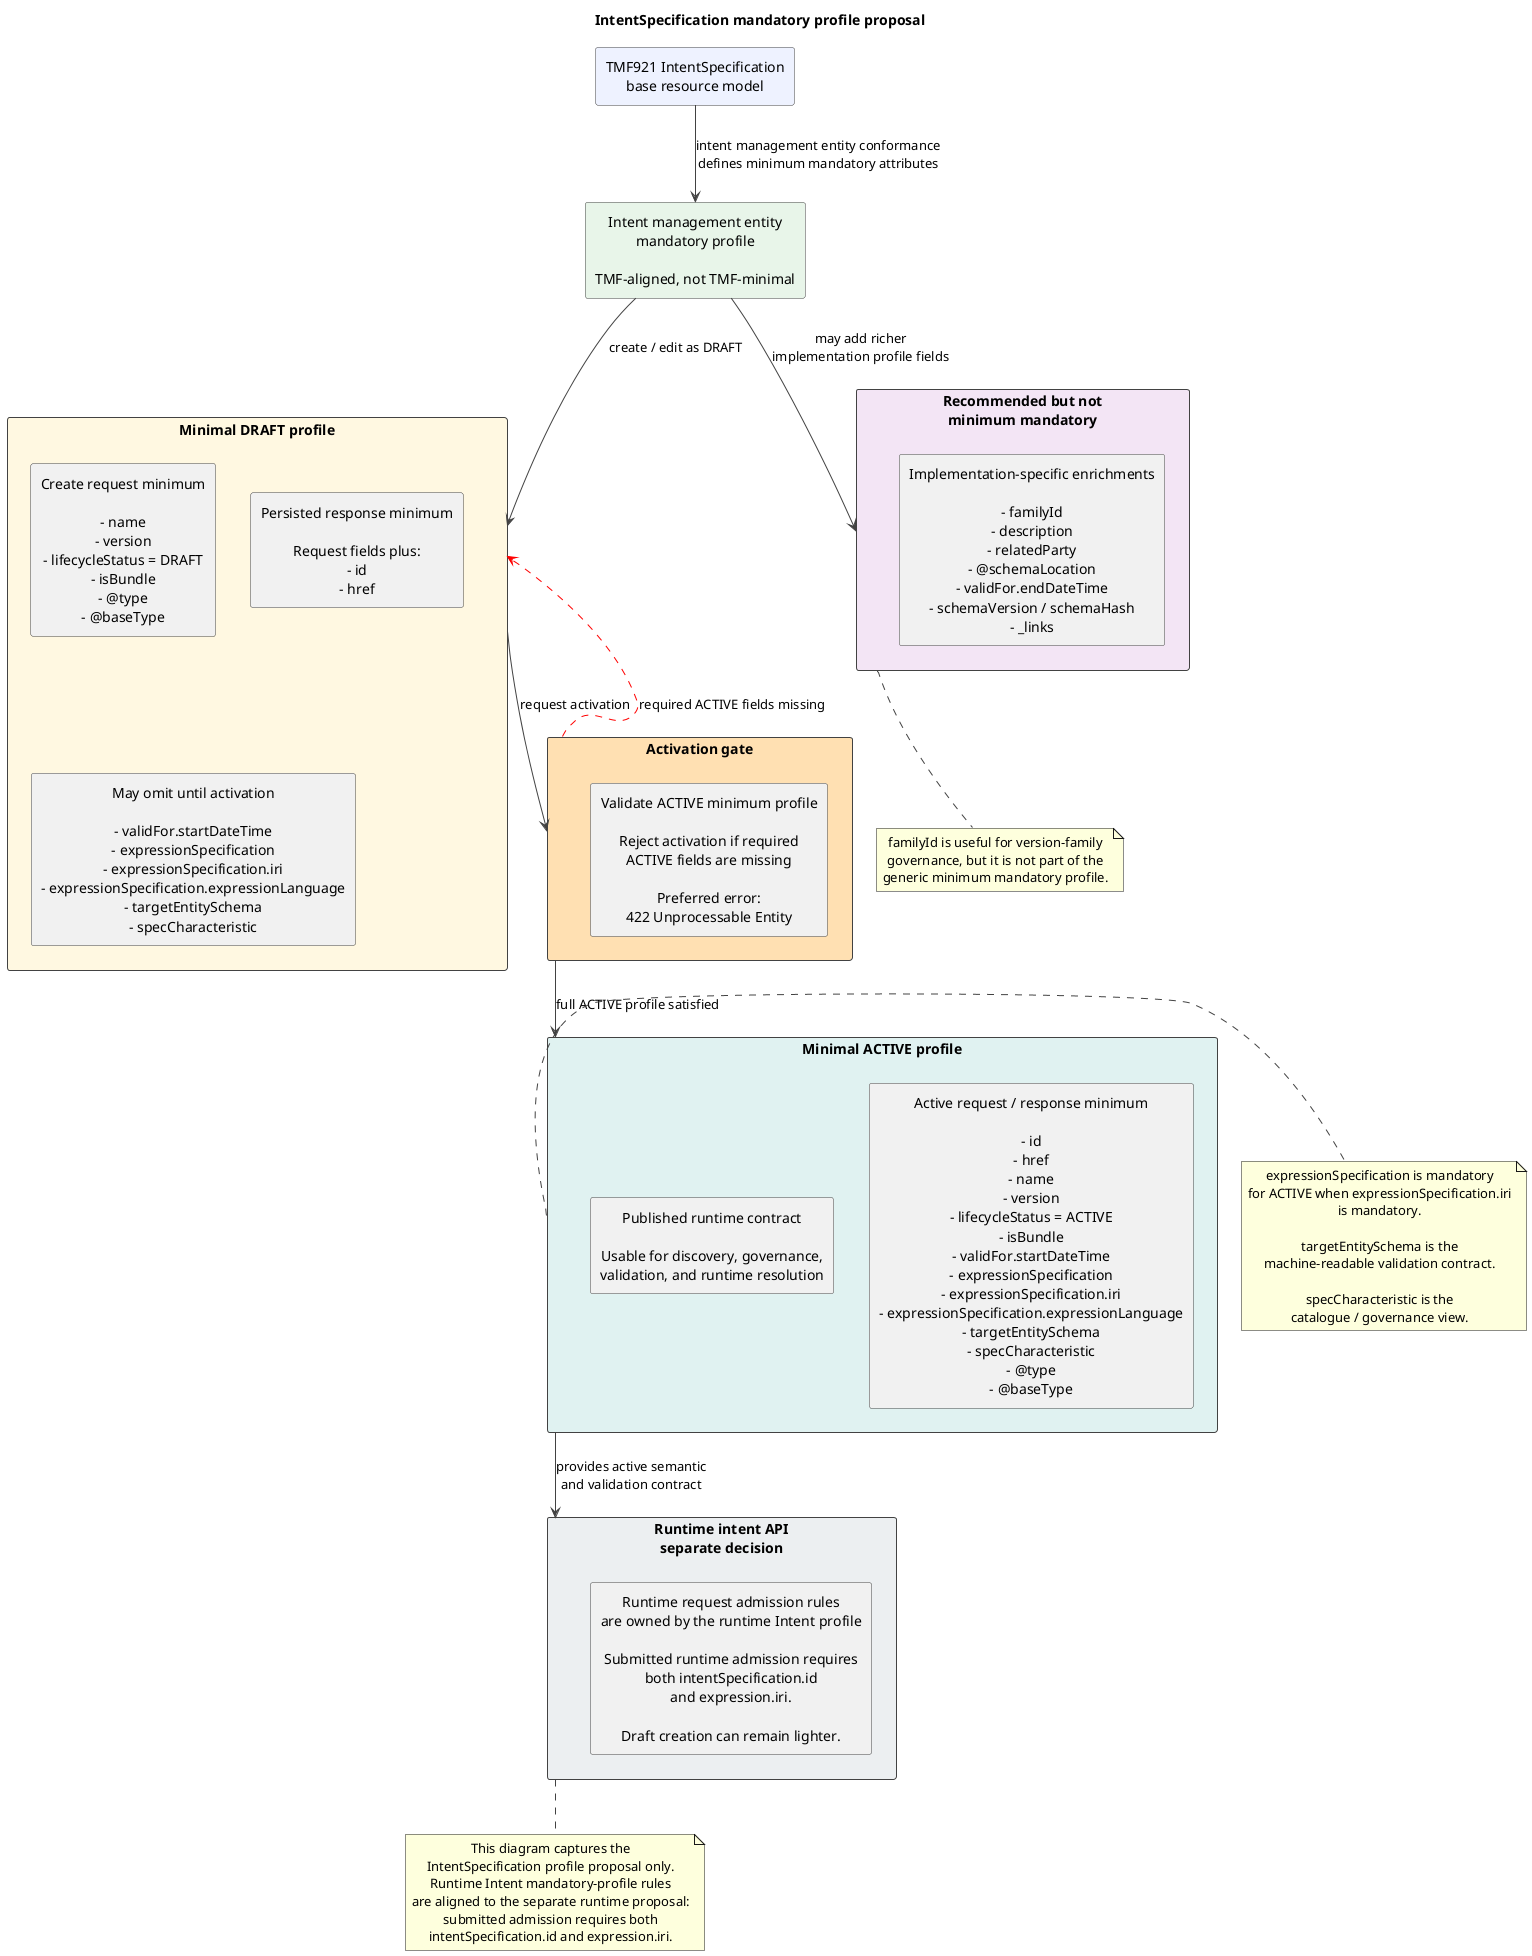
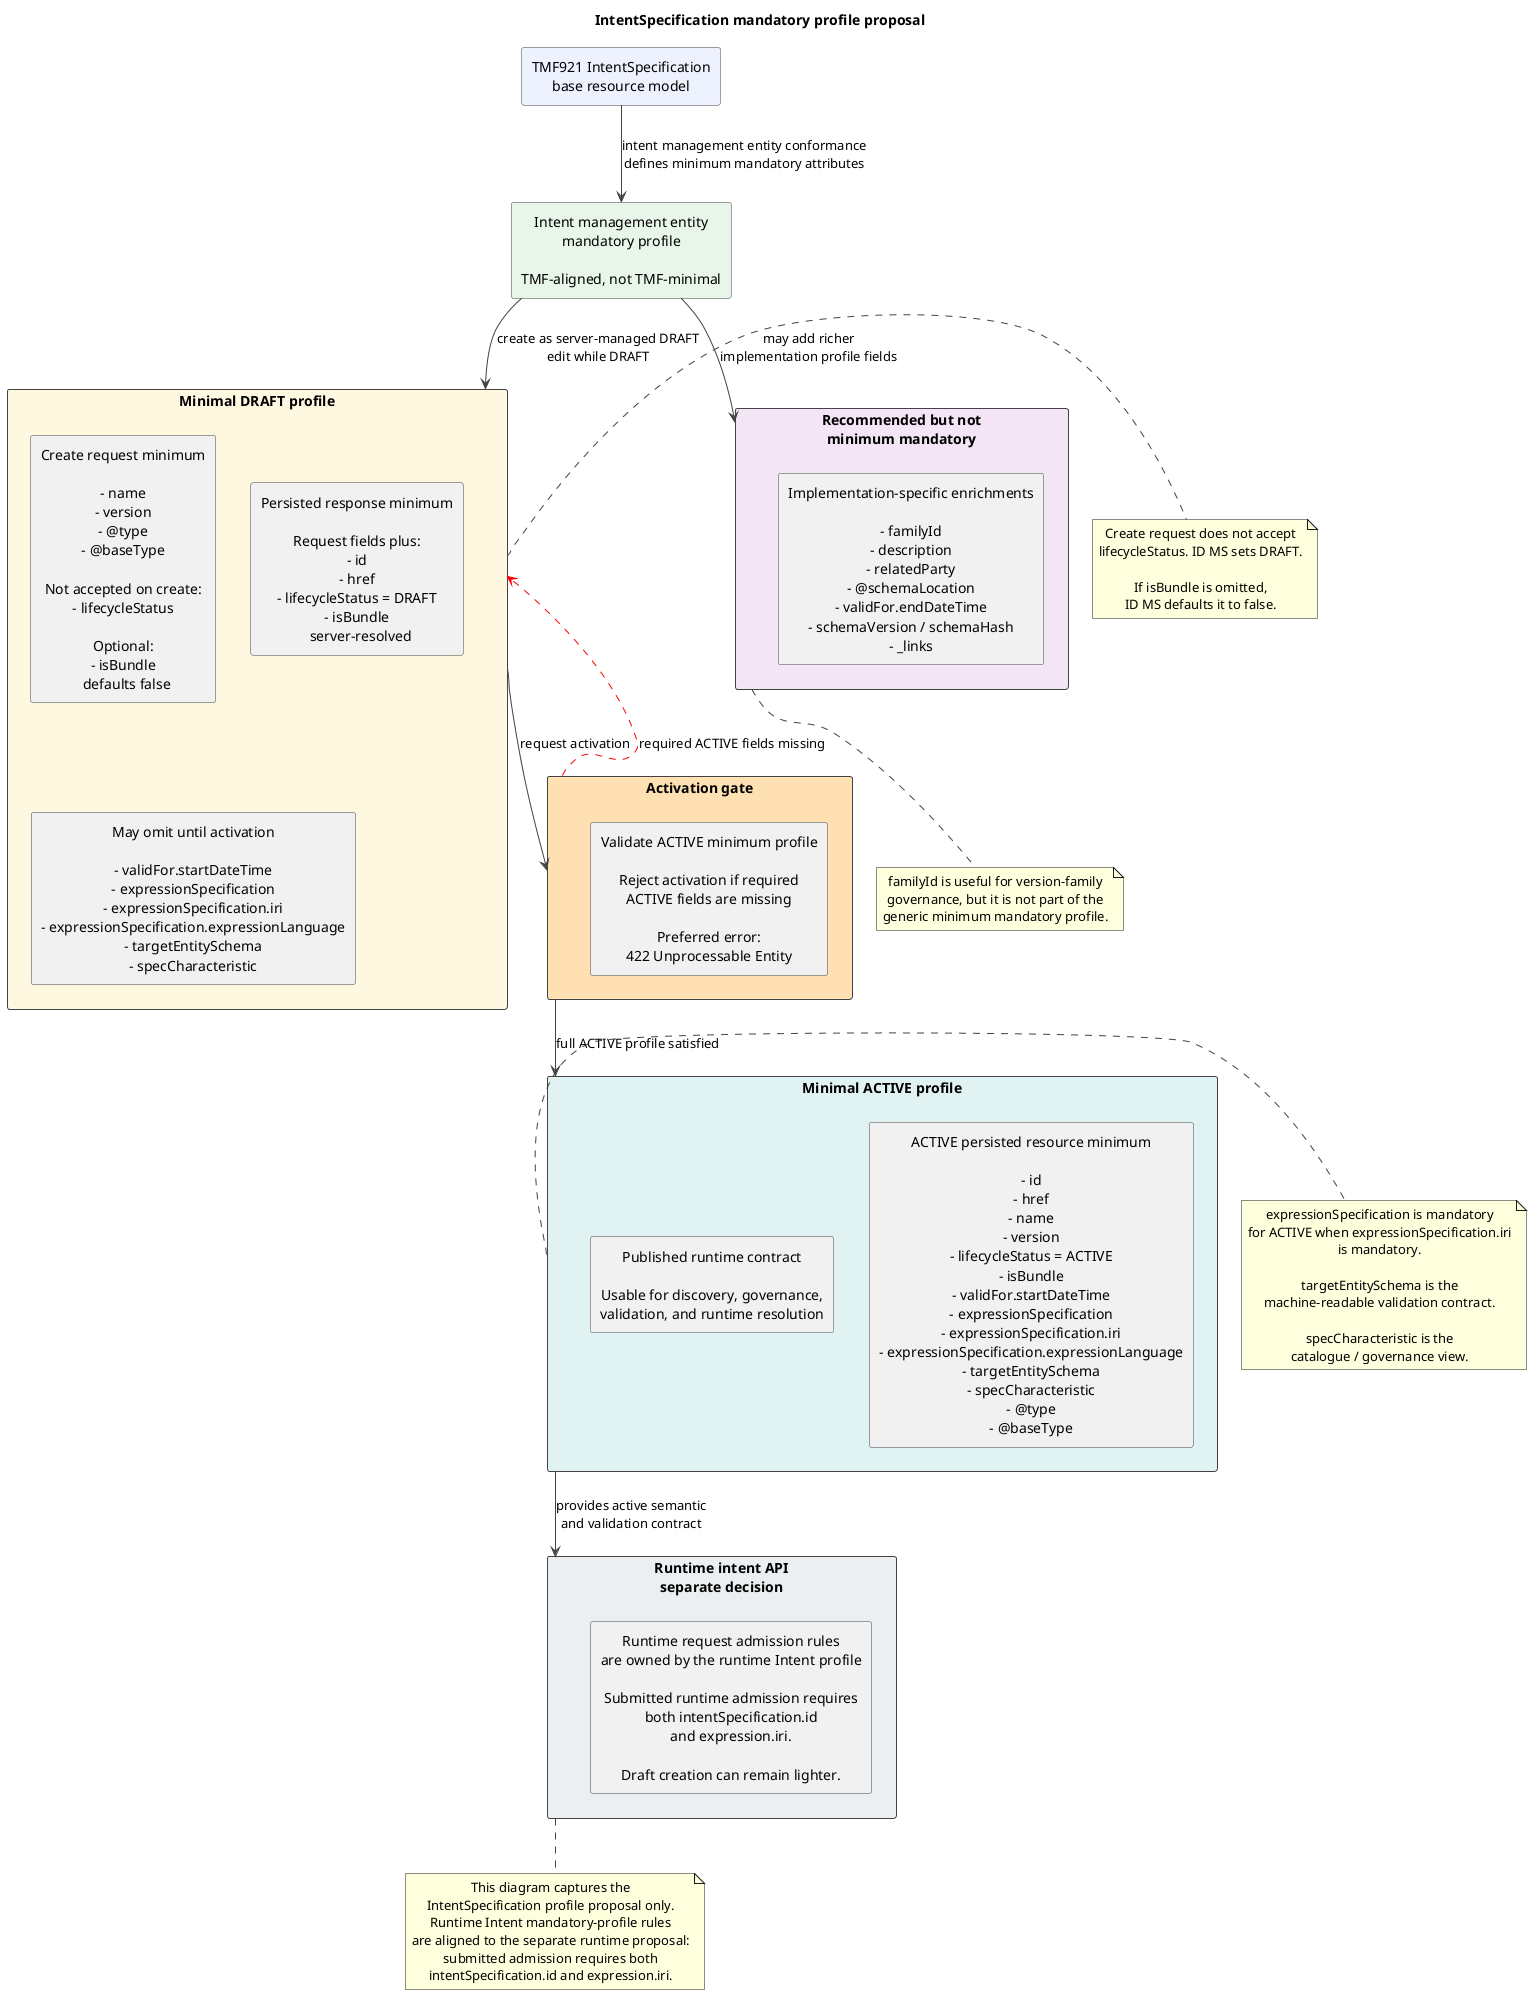
@startuml
title IntentSpecification mandatory profile proposal

skinparam shadowing false
skinparam defaultTextAlignment center
skinparam packageStyle rectangle
skinparam ArrowColor #424242
skinparam RectangleBorderColor #424242

rectangle "TMF921 IntentSpecification\nbase resource model" as TMF #EEF2FF

rectangle "Intent management entity\nmandatory profile\n\nTMF-aligned, not TMF-minimal" as PROFILE #E8F5E9

TMF --> PROFILE : intent management entity conformance\ndefines minimum mandatory attributes

rectangle "Minimal DRAFT profile" as DRAFT #FFF8E1 {
-   rectangle "Create request minimum\n\n- name\n- version\n- lifecycleStatus = DRAFT\n- isBundle\n- @type\n- @baseType" as DRAFT_REQ
-   rectangle "Persisted response minimum\n\nRequest fields plus:\n- id\n- href" as DRAFT_RESP
+   rectangle "Create request minimum\n\n- name\n- version\n- @type\n- @baseType\n\nNot accepted on create:\n- lifecycleStatus\n\nOptional:\n- isBundle\n  defaults false" as DRAFT_REQ
+   rectangle "Persisted response minimum\n\nRequest fields plus:\n- id\n- href\n- lifecycleStatus = DRAFT\n- isBundle\n  server-resolved" as DRAFT_RESP
  rectangle "May omit until activation\n\n- validFor.startDateTime\n- expressionSpecification\n- expressionSpecification.iri\n- expressionSpecification.expressionLanguage\n- targetEntitySchema\n- specCharacteristic" as DRAFT_OMIT
}

rectangle "Activation gate" as GATE #FFE0B2 {
  rectangle "Validate ACTIVE minimum profile\n\nReject activation if required\nACTIVE fields are missing\n\nPreferred error:\n422 Unprocessable Entity" as VALIDATE
}

rectangle "Minimal ACTIVE profile" as ACTIVE #E0F2F1 {
-   rectangle "Active request / response minimum\n\n- id\n- href\n- name\n- version\n- lifecycleStatus = ACTIVE\n- isBundle\n- validFor.startDateTime\n- expressionSpecification\n- expressionSpecification.iri\n- expressionSpecification.expressionLanguage\n- targetEntitySchema\n- specCharacteristic\n- @type\n- @baseType" as ACTIVE_FIELDS
+   rectangle "ACTIVE persisted resource minimum\n\n- id\n- href\n- name\n- version\n- lifecycleStatus = ACTIVE\n- isBundle\n- validFor.startDateTime\n- expressionSpecification\n- expressionSpecification.iri\n- expressionSpecification.expressionLanguage\n- targetEntitySchema\n- specCharacteristic\n- @type\n- @baseType" as ACTIVE_FIELDS
  rectangle "Published runtime contract\n\nUsable for discovery, governance,\nvalidation, and runtime resolution" as ACTIVE_CONTRACT
}

rectangle "Recommended but not\nminimum mandatory" as OPTIONAL #F3E5F5 {
  rectangle "Implementation-specific enrichments\n\n- familyId\n- description\n- relatedParty\n- @schemaLocation\n- validFor.endDateTime\n- schemaVersion / schemaHash\n- _links" as OPTIONAL_FIELDS
}

rectangle "Runtime intent API\nseparate decision" as RUNTIME #ECEFF1 {
  rectangle "Runtime request admission rules\nare owned by the runtime Intent profile\n\nSubmitted runtime admission requires\nboth intentSpecification.id\nand expression.iri.\n\nDraft creation can remain lighter." as RUNTIME_RULE
}

- PROFILE --> DRAFT : create / edit as DRAFT
+ PROFILE --> DRAFT : create as server-managed DRAFT\nedit while DRAFT
DRAFT --> GATE : request activation
GATE --> ACTIVE : full ACTIVE profile satisfied
GATE -[#red,dashed]-> DRAFT : required ACTIVE fields missing
ACTIVE --> RUNTIME : provides active semantic\nand validation contract
PROFILE --> OPTIONAL : may add richer\nimplementation profile fields
+ 
+ note right of DRAFT
+ Create request does not accept
+ lifecycleStatus. ID MS sets DRAFT.
+ 
+ If isBundle is omitted,
+ ID MS defaults it to false.
+ end note

note right of ACTIVE
expressionSpecification is mandatory
for ACTIVE when expressionSpecification.iri
is mandatory.

targetEntitySchema is the
machine-readable validation contract.

specCharacteristic is the
catalogue / governance view.
end note

note bottom of OPTIONAL
familyId is useful for version-family
governance, but it is not part of the
generic minimum mandatory profile.
end note

note bottom of RUNTIME
This diagram captures the
IntentSpecification profile proposal only.
Runtime Intent mandatory-profile rules
are aligned to the separate runtime proposal:
submitted admission requires both
intentSpecification.id and expression.iri.
end note

@enduml
